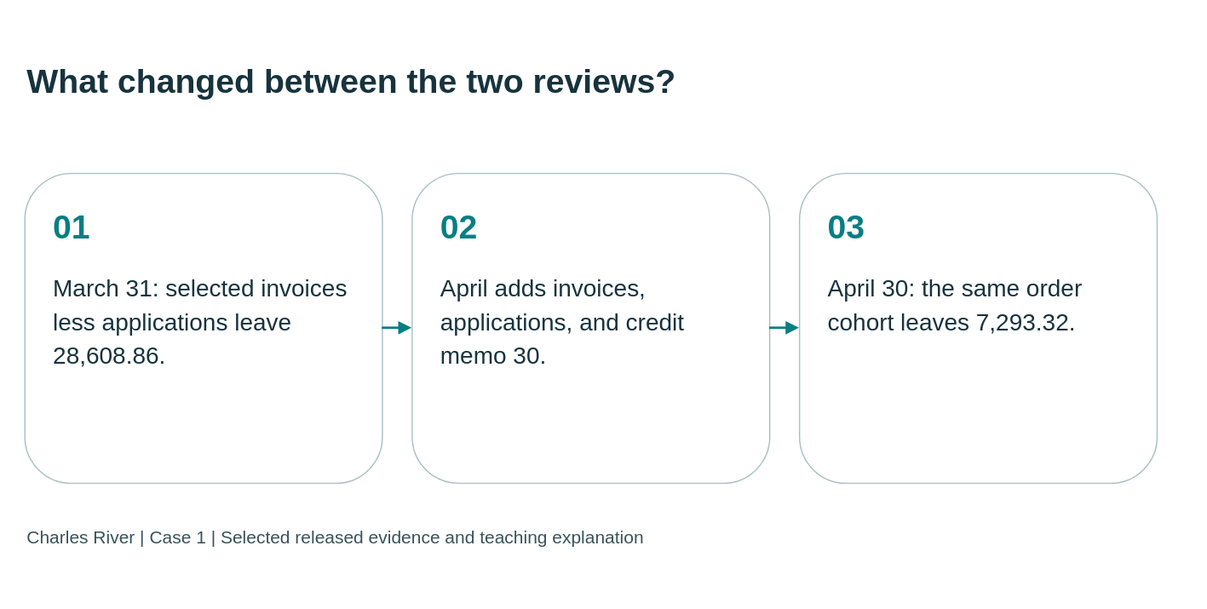
This is static/diagrams/cases/case01-timeline.svg from mmcodesso/CharlesRiver_Database, a draw.io export, as it was before one commit. Source tidied: cells renumbered, new cells last; positions are measured from the earlier drawing's top-left corner, leaving out a move shared by most shapes. Its diagram source:
```xml
<mxGraphModel background="#f5f5ee">
  <root>
    <mxCell id="0" />
    <mxCell id="1" parent="0" />
    <mxCell id="2" value="What changed between the two reviews?" style="text;html=0;strokeColor=none;fillColor=none;align=left;verticalAlign=middle;whiteSpace=wrap;fontSize=28;fontStyle=1;fontColor=#17333e;fontFamily=Arial;" parent="1" vertex="1">
      <mxGeometry width="950" height="95" as="geometry" />
    </mxCell>
    <mxCell id="3" value="&lt;div style=&quot;font-size:28px;color:#087e83;font-weight:bold;margin-bottom:20px&quot;&gt;01&lt;/div&gt;&lt;div style=&quot;font-size:20px;line-height:1.4&quot;&gt;March 31: selected invoices less applications leave 28,608.86.&lt;/div&gt;" style="rounded=1;whiteSpace=wrap;html=1;fillColor=#ffffff;strokeColor=#a8bfc1;fontColor=#17333e;align=left;verticalAlign=top;spacing=24;fontFamily=Arial;fontSize=20;" parent="1" vertex="1">
      <mxGeometry y="125" width="300" height="260" as="geometry" />
    </mxCell>
    <mxCell id="4" value="&lt;div style=&quot;font-size:28px;color:#087e83;font-weight:bold;margin-bottom:20px&quot;&gt;02&lt;/div&gt;&lt;div style=&quot;font-size:20px;line-height:1.4&quot;&gt;April adds invoices, applications, and credit memo 30.&lt;/div&gt;" style="rounded=1;whiteSpace=wrap;html=1;fillColor=#ffffff;strokeColor=#a8bfc1;fontColor=#17333e;align=left;verticalAlign=top;spacing=24;fontFamily=Arial;fontSize=20;" parent="1" vertex="1">
      <mxGeometry x="325" y="125" width="300" height="260" as="geometry" />
    </mxCell>
    <mxCell id="5" value="&lt;div style=&quot;font-size:28px;color:#087e83;font-weight:bold;margin-bottom:20px&quot;&gt;03&lt;/div&gt;&lt;div style=&quot;font-size:20px;line-height:1.4&quot;&gt;April 30: the same order cohort leaves 7,293.32.&lt;/div&gt;" style="rounded=1;whiteSpace=wrap;html=1;fillColor=#ffffff;strokeColor=#a8bfc1;fontColor=#17333e;align=left;verticalAlign=top;spacing=24;fontFamily=Arial;fontSize=20;" parent="1" vertex="1">
      <mxGeometry x="650" y="125" width="300" height="260" as="geometry" />
    </mxCell>
    <mxCell id="6" style="edgeStyle=orthogonalEdgeStyle;rounded=0;html=1;endArrow=block;endFill=1;strokeColor=#087e83;strokeWidth=2;" parent="1" edge="1" source="3" target="4">
      <mxGeometry relative="1" as="geometry" />
    </mxCell>
    <mxCell id="7" style="edgeStyle=orthogonalEdgeStyle;rounded=0;html=1;endArrow=block;endFill=1;strokeColor=#087e83;strokeWidth=2;" parent="1" edge="1" source="4" target="5">
      <mxGeometry relative="1" as="geometry" />
    </mxCell>
    <mxCell id="8" value="Charles River | Case 1 | Selected released evidence and teaching explanation" style="text;html=0;strokeColor=none;fillColor=none;align=left;fontSize=15;fontColor=#38535b;fontFamily=Arial;" parent="1" vertex="1">
      <mxGeometry y="415" width="950" height="35" as="geometry" />
    </mxCell>
  </root>
</mxGraphModel>
```
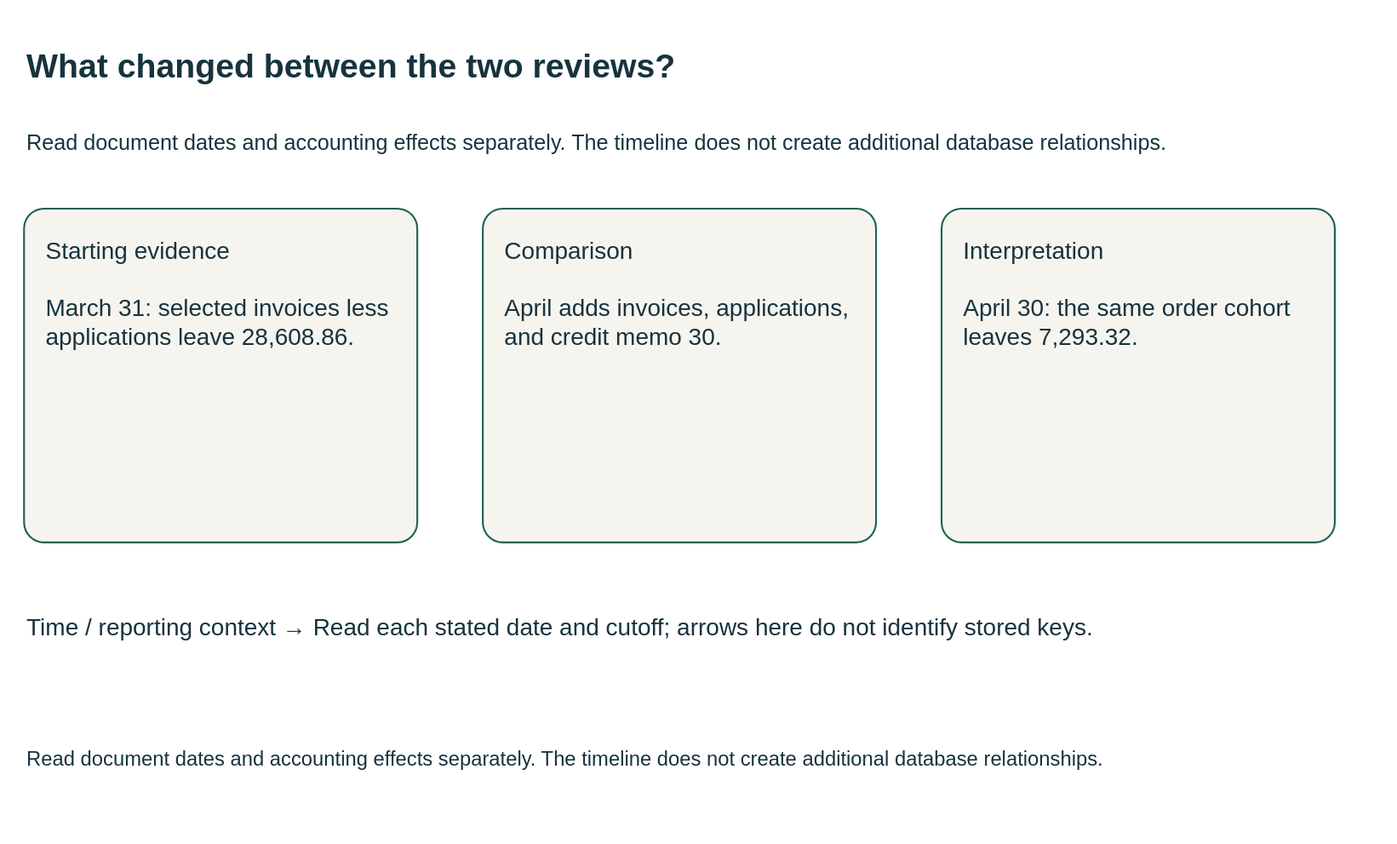
Later version of the same file.

Diff of the diagram source:
```diff
@@ -1,27 +1,27 @@
-<mxGraphModel background="#f5f5ee">
+<mxGraphModel background="#FFFFFF">
   <root>
     <mxCell id="0" />
     <mxCell id="1" parent="0" />
-    <mxCell id="2" value="What changed between the two reviews?" style="text;html=0;strokeColor=none;fillColor=none;align=left;verticalAlign=middle;whiteSpace=wrap;fontSize=28;fontStyle=1;fontColor=#17333e;fontFamily=Arial;" parent="1" vertex="1">
-      <mxGeometry width="950" height="95" as="geometry" />
+    <mxCell id="2" value="What changed between the two reviews?" style="html=0;fontFamily=Arial;fontSize=20;fontColor=#17333e;strokeColor=#196252;strokeWidth=1.5;whiteSpace=wrap;text;strokeColor=none;fillColor=none;align=left;verticalAlign=middle;fontSize=28;fontStyle=1;" parent="1" vertex="1">
+      <mxGeometry y="-10" width="1110" height="70" as="geometry" />
     </mxCell>
+    <mxCell id="9" value="Read document dates and accounting effects separately. The timeline does not create additional database relationships." style="html=0;fontFamily=Arial;fontSize=20;fontColor=#17333e;strokeColor=#196252;strokeWidth=1.5;whiteSpace=wrap;text;strokeColor=none;fillColor=none;align=left;verticalAlign=middle;fontSize=18;fontStyle=0;" parent="1" vertex="1">
+      <mxGeometry y="62" width="1110" height="55" as="geometry" />
+    </mxCell>
-    <mxCell id="3" value="&lt;div style=&quot;font-size:28px;color:#087e83;font-weight:bold;margin-bottom:20px&quot;&gt;01&lt;/div&gt;&lt;div style=&quot;font-size:20px;line-height:1.4&quot;&gt;March 31: selected invoices less applications leave 28,608.86.&lt;/div&gt;" style="rounded=1;whiteSpace=wrap;html=1;fillColor=#ffffff;strokeColor=#a8bfc1;fontColor=#17333e;align=left;verticalAlign=top;spacing=24;fontFamily=Arial;fontSize=20;" parent="1" vertex="1">
-      <mxGeometry y="125" width="300" height="260" as="geometry" />
+    <mxCell id="3" value="Starting evidence&#10;&#10;March 31: selected invoices less applications leave 28,608.86." style="html=0;fontFamily=Arial;fontSize=20;fontColor=#17333e;strokeColor=#196252;strokeWidth=1.5;whiteSpace=wrap;rounded=1;arcSize=6;fillColor=#f6f4ee;align=left;verticalAlign=top;spacing=18;" parent="1" vertex="1">
+      <mxGeometry y="145" width="330" height="280" as="geometry" />
     </mxCell>
-    <mxCell id="4" value="&lt;div style=&quot;font-size:28px;color:#087e83;font-weight:bold;margin-bottom:20px&quot;&gt;02&lt;/div&gt;&lt;div style=&quot;font-size:20px;line-height:1.4&quot;&gt;April adds invoices, applications, and credit memo 30.&lt;/div&gt;" style="rounded=1;whiteSpace=wrap;html=1;fillColor=#ffffff;strokeColor=#a8bfc1;fontColor=#17333e;align=left;verticalAlign=top;spacing=24;fontFamily=Arial;fontSize=20;" parent="1" vertex="1">
-      <mxGeometry x="325" y="125" width="300" height="260" as="geometry" />
+    <mxCell id="4" value="Comparison&#10;&#10;April adds invoices, applications, and credit memo 30." style="html=0;fontFamily=Arial;fontSize=20;fontColor=#17333e;strokeColor=#196252;strokeWidth=1.5;whiteSpace=wrap;rounded=1;arcSize=6;fillColor=#f6f4ee;align=left;verticalAlign=top;spacing=18;" parent="1" vertex="1">
+      <mxGeometry x="385" y="145" width="330" height="280" as="geometry" />
     </mxCell>
-    <mxCell id="5" value="&lt;div style=&quot;font-size:28px;color:#087e83;font-weight:bold;margin-bottom:20px&quot;&gt;03&lt;/div&gt;&lt;div style=&quot;font-size:20px;line-height:1.4&quot;&gt;April 30: the same order cohort leaves 7,293.32.&lt;/div&gt;" style="rounded=1;whiteSpace=wrap;html=1;fillColor=#ffffff;strokeColor=#a8bfc1;fontColor=#17333e;align=left;verticalAlign=top;spacing=24;fontFamily=Arial;fontSize=20;" parent="1" vertex="1">
-      <mxGeometry x="650" y="125" width="300" height="260" as="geometry" />
+    <mxCell id="5" value="Interpretation&#10;&#10;April 30: the same order cohort leaves 7,293.32." style="html=0;fontFamily=Arial;fontSize=20;fontColor=#17333e;strokeColor=#196252;strokeWidth=1.5;whiteSpace=wrap;rounded=1;arcSize=6;fillColor=#f6f4ee;align=left;verticalAlign=top;spacing=18;" parent="1" vertex="1">
+      <mxGeometry x="770" y="145" width="330" height="280" as="geometry" />
     </mxCell>
-    <mxCell id="6" style="edgeStyle=orthogonalEdgeStyle;rounded=0;html=1;endArrow=block;endFill=1;strokeColor=#087e83;strokeWidth=2;" parent="1" edge="1" source="3" target="4">
-      <mxGeometry relative="1" as="geometry" />
-    </mxCell>
-    <mxCell id="7" style="edgeStyle=orthogonalEdgeStyle;rounded=0;html=1;endArrow=block;endFill=1;strokeColor=#087e83;strokeWidth=2;" parent="1" edge="1" source="4" target="5">
-      <mxGeometry relative="1" as="geometry" />
-    </mxCell>
+    <mxCell id="10" value="Time / reporting context →     Read each stated date and cutoff; arrows here do not identify stored keys." style="html=0;fontFamily=Arial;fontSize=20;fontColor=#17333e;strokeColor=#196252;strokeWidth=1.5;whiteSpace=wrap;text;strokeColor=none;fillColor=none;align=left;verticalAlign=middle;fontSize=20;fontStyle=0;" parent="1" vertex="1">
+      <mxGeometry y="465" width="1100" height="60" as="geometry" />
+    </mxCell>
-    <mxCell id="8" value="Charles River | Case 1 | Selected released evidence and teaching explanation" style="text;html=0;strokeColor=none;fillColor=none;align=left;fontSize=15;fontColor=#38535b;fontFamily=Arial;" parent="1" vertex="1">
-      <mxGeometry y="415" width="950" height="35" as="geometry" />
+    <mxCell id="8" value="Read document dates and accounting effects separately. The timeline does not create additional database relationships." style="html=0;fontFamily=Arial;fontSize=20;fontColor=#17333e;strokeColor=#196252;strokeWidth=1.5;whiteSpace=wrap;text;strokeColor=none;fillColor=none;align=left;verticalAlign=middle;fontSize=17;fontStyle=0;" parent="1" vertex="1">
+      <mxGeometry y="577" width="1110" height="60" as="geometry" />
     </mxCell>
   </root>
 </mxGraphModel>
```
